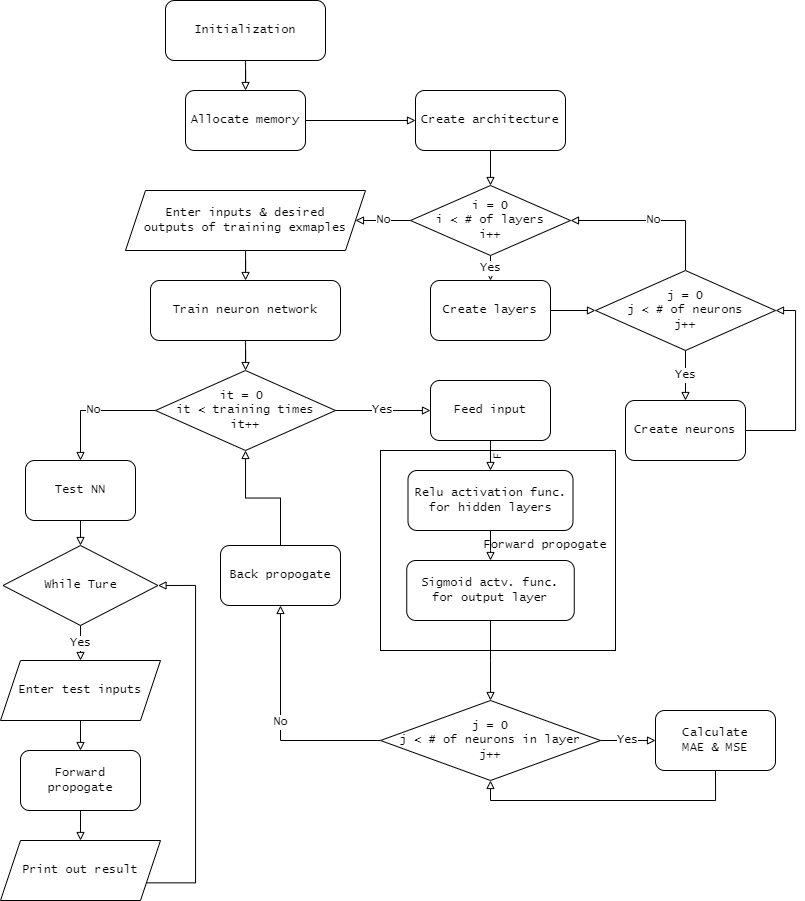
The draw.io diagram doc/FlowChart.png in NCU-DSA-111-1/assignment_1-whimy, before a commit. Source tidied: cells renumbered, new cells last; positions are measured from the earlier drawing's top-left corner, leaving out a move shared by most shapes.
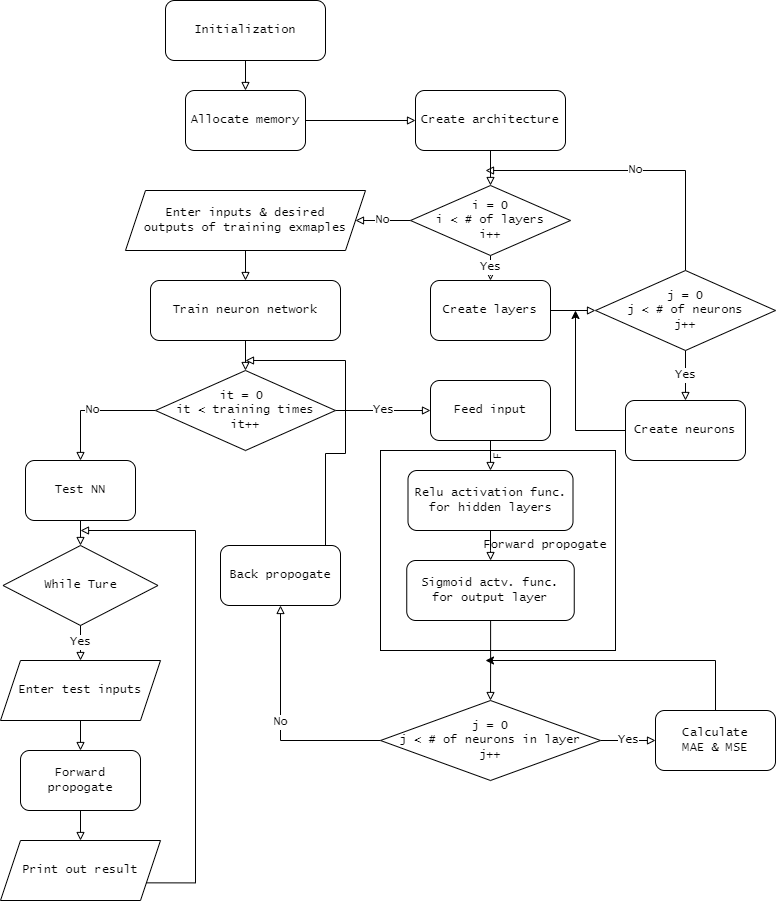
After the change.

What changed in the source:
```diff
@@ -29,20 +29,22 @@
     <mxCell id="10" value="Yes" style="edgeStyle=orthogonalEdgeStyle;rounded=0;jettySize=auto;html=1;fontFamily=Lucida Console;endArrow=block;endFill=0;" parent="1" edge="1" source="12" target="14">
       <mxGeometry relative="1" as="geometry" />
     </mxCell>
-    <mxCell id="11" value="No" style="edgeStyle=orthogonalEdgeStyle;rounded=0;jettySize=auto;html=1;exitX=0.5;exitY=0;exitDx=0;exitDy=0;entryX=1;entryY=0.5;entryDx=0;entryDy=0;fontFamily=Lucida Console;endArrow=block;endFill=0;" parent="1" edge="1" source="12" target="17">
-      <mxGeometry relative="1" as="geometry" />
+    <mxCell id="11" value="No" style="edgeStyle=orthogonalEdgeStyle;rounded=0;jettySize=auto;html=1;exitX=0.5;exitY=0;exitDx=0;exitDy=0;fontFamily=Lucida Console;endArrow=block;endFill=0;" parent="1" edge="1" source="12">
+      <mxGeometry relative="1" as="geometry">
+        <mxPoint x="485" y="170" as="targetPoint" />
+        <Array as="points">
+          <mxPoint x="685" y="170" />
+        </Array>
+      </mxGeometry>
     </mxCell>
     <mxCell id="12" value="j = 0&lt;br&gt;j &amp;lt; # of neurons&lt;br&gt;j++" style="rhombus;whiteSpace=wrap;html=1;fontFamily=Lucida Console;" parent="1" vertex="1">
       <mxGeometry x="595" y="270" width="180" height="80" as="geometry" />
     </mxCell>
-    <mxCell id="13" style="edgeStyle=orthogonalEdgeStyle;rounded=0;jettySize=auto;html=1;exitX=1;exitY=0.5;exitDx=0;exitDy=0;entryX=1;entryY=0.5;entryDx=0;entryDy=0;fontFamily=Lucida Console;endArrow=block;endFill=0;" parent="1" edge="1" source="14" target="12">
-      <mxGeometry relative="1" as="geometry">
-        <Array as="points">
-          <mxPoint x="795" y="430" />
-          <mxPoint x="795" y="310" />
-        </Array>
-      </mxGeometry>
-    </mxCell>
+    <mxCell id="50" style="edgeStyle=orthogonalEdgeStyle;rounded=0;jettySize=auto;html=1;exitX=0;exitY=0.5;exitDx=0;exitDy=0;" parent="1" edge="1" source="14">
+      <mxGeometry relative="1" as="geometry">
+        <mxPoint x="575" y="310" as="targetPoint" />
+      </mxGeometry>
+    </mxCell>
     <mxCell id="14" value="Create neurons" style="rounded=1;whiteSpace=wrap;html=1;fontFamily=Lucida Console;" parent="1" vertex="1">
       <mxGeometry x="625" y="400" width="120" height="60" as="geometry" />
     </mxCell>
@@ -103,9 +105,14 @@
     <mxCell id="33" value="j = 0&lt;br&gt;j &amp;lt; # of neurons in layer&lt;br&gt;j++" style="rhombus;whiteSpace=wrap;html=1;fontFamily=Lucida Console;" parent="1" vertex="1">
       <mxGeometry x="380" y="700" width="220" height="80" as="geometry" />
     </mxCell>
-    <mxCell id="34" style="edgeStyle=orthogonalEdgeStyle;rounded=0;jettySize=auto;html=1;exitX=0.5;exitY=1;exitDx=0;exitDy=0;entryX=0.5;entryY=1;entryDx=0;entryDy=0;fontFamily=Lucida Console;endArrow=block;endFill=0;" parent="1" edge="1" source="35" target="33">
-      <mxGeometry relative="1" as="geometry" />
-    </mxCell>
+    <mxCell id="51" style="edgeStyle=orthogonalEdgeStyle;rounded=0;jettySize=auto;html=1;exitX=0.5;exitY=0;exitDx=0;exitDy=0;" parent="1" edge="1" source="35">
+      <mxGeometry relative="1" as="geometry">
+        <mxPoint x="485" y="660" as="targetPoint" />
+        <Array as="points">
+          <mxPoint x="715" y="660" />
+        </Array>
+      </mxGeometry>
+    </mxCell>
     <mxCell id="35" value="Calculate &lt;br&gt;MAE &amp;amp; MSE" style="rounded=1;whiteSpace=wrap;html=1;fontFamily=Lucida Console;" parent="1" vertex="1">
       <mxGeometry x="655" y="710" width="120" height="60" as="geometry" />
     </mxCell>
@@ -115,8 +122,15 @@
     <mxCell id="37" value="Forward propogate" style="text;html=1;strokeColor=none;fillColor=none;align=center;verticalAlign=middle;whiteSpace=wrap;rounded=0;glass=0;sketch=0;fontFamily=Lucida Console;" parent="1" vertex="1">
       <mxGeometry x="475" y="530" width="140" height="30" as="geometry" />
     </mxCell>
-    <mxCell id="38" style="edgeStyle=orthogonalEdgeStyle;rounded=0;jettySize=auto;html=1;exitX=0.5;exitY=0;exitDx=0;exitDy=0;entryX=0.5;entryY=1;entryDx=0;entryDy=0;fontFamily=Lucida Console;endArrow=block;endFill=0;" parent="1" edge="1" source="39" target="24">
-      <mxGeometry relative="1" as="geometry" />
+    <mxCell id="38" style="edgeStyle=orthogonalEdgeStyle;rounded=0;jettySize=auto;html=1;exitX=0.5;exitY=0;exitDx=0;exitDy=0;fontFamily=Lucida Console;endArrow=block;endFill=0;" parent="1" edge="1" source="39">
+      <mxGeometry relative="1" as="geometry">
+        <mxPoint x="245" y="360" as="targetPoint" />
+        <Array as="points">
+          <mxPoint x="325" y="545" />
+          <mxPoint x="325" y="453" />
+          <mxPoint x="345" y="453" />
+        </Array>
+      </mxGeometry>
     </mxCell>
     <mxCell id="39" value="Back propogate" style="rounded=1;whiteSpace=wrap;html=1;glass=0;sketch=0;fontFamily=Lucida Console;fillColor=none;" parent="1" vertex="1">
       <mxGeometry x="220" y="545" width="120" height="60" as="geometry" />
@@ -147,11 +161,12 @@
     <mxCell id="47" value="Forward propogate" style="rounded=1;whiteSpace=wrap;html=1;glass=0;sketch=0;fontFamily=Lucida Console;fillColor=none;" parent="1" vertex="1">
       <mxGeometry x="20" y="750" width="120" height="60" as="geometry" />
     </mxCell>
-    <mxCell id="48" style="edgeStyle=orthogonalEdgeStyle;rounded=0;jettySize=auto;html=1;exitX=1;exitY=0.75;exitDx=0;exitDy=0;entryX=1;entryY=0.5;entryDx=0;entryDy=0;fontFamily=Lucida Console;endArrow=block;endFill=0;" parent="1" edge="1" source="49" target="43">
+    <mxCell id="48" style="edgeStyle=orthogonalEdgeStyle;rounded=0;jettySize=auto;html=1;exitX=1;exitY=0.75;exitDx=0;exitDy=0;fontFamily=Lucida Console;endArrow=block;endFill=0;" parent="1" edge="1" source="49">
       <mxGeometry relative="1" as="geometry">
+        <mxPoint x="80" y="530" as="targetPoint" />
         <Array as="points">
           <mxPoint x="195" y="882" />
-          <mxPoint x="195" y="585" />
+          <mxPoint x="195" y="530" />
         </Array>
       </mxGeometry>
     </mxCell>
```
